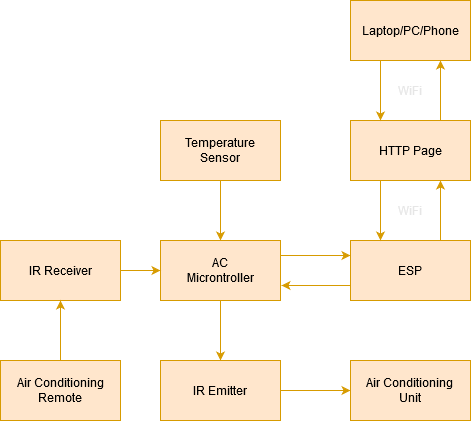
This is ;Photos/M3_InitDesign.png from SammySamer/IoT-Based-AC-Controller-Unit-System, a draw.io export, as it was before one commit. Source tidied: cells renumbered, new cells last; positions are measured from the earlier drawing's top-left corner, leaving out a move shared by most shapes. The source it was exported from:
```xml
<mxGraphModel>
  <root>
    <mxCell id="0" />
    <mxCell id="1" parent="0" />
    <mxCell id="2" style="edgeStyle=orthogonalEdgeStyle;rounded=0;jettySize=auto;html=1;entryX=0.5;entryY=0;entryDx=0;entryDy=0;fillColor=#ffe6cc;strokeColor=#d79b00;" parent="1" edge="1" source="3" target="6">
      <mxGeometry relative="1" as="geometry" />
    </mxCell>
    <mxCell id="3" value="&lt;div&gt;Temperature&lt;br&gt;&lt;/div&gt;&lt;div&gt;Sensor&lt;/div&gt;" style="rounded=0;whiteSpace=wrap;html=1;fillColor=#ffe6cc;strokeColor=#d79b00;" parent="1" vertex="1">
      <mxGeometry x="160" y="120" width="120" height="60" as="geometry" />
    </mxCell>
    <mxCell id="4" style="edgeStyle=none;rounded=0;jettySize=auto;html=1;exitX=0.5;exitY=1;exitDx=0;exitDy=0;entryX=0.5;entryY=0;entryDx=0;entryDy=0;strokeColor=#D79B00;" parent="1" edge="1" source="6" target="18">
      <mxGeometry relative="1" as="geometry" />
    </mxCell>
    <mxCell id="5" style="edgeStyle=none;rounded=0;jettySize=auto;html=1;exitX=1;exitY=0.25;exitDx=0;exitDy=0;entryX=0;entryY=0.25;entryDx=0;entryDy=0;strokeColor=#D79B00;" parent="1" edge="1" source="6" target="9">
      <mxGeometry relative="1" as="geometry" />
    </mxCell>
    <mxCell id="6" value="AC&lt;br&gt;Microntroller" style="rounded=0;whiteSpace=wrap;html=1;fillColor=#ffe6cc;strokeColor=#d79b00;" parent="1" vertex="1">
      <mxGeometry x="160" y="240" width="120" height="60" as="geometry" />
    </mxCell>
    <mxCell id="7" style="edgeStyle=orthogonalEdgeStyle;rounded=0;jettySize=auto;html=1;exitX=0.75;exitY=0;exitDx=0;exitDy=0;entryX=0.75;entryY=1;entryDx=0;entryDy=0;sourcePerimeterSpacing=2;targetPerimeterSpacing=2;fillColor=#ffe6cc;strokeColor=#d79b00;" parent="1" edge="1" source="9" target="12">
      <mxGeometry relative="1" as="geometry" />
    </mxCell>
    <mxCell id="8" style="edgeStyle=none;rounded=0;jettySize=auto;html=1;strokeColor=#D79B00;exitX=0;exitY=0.75;exitDx=0;exitDy=0;" parent="1" edge="1" source="9">
      <mxGeometry relative="1" as="geometry">
        <mxPoint x="281" y="285" as="targetPoint" />
      </mxGeometry>
    </mxCell>
    <mxCell id="9" value="ESP" style="rounded=0;whiteSpace=wrap;html=1;fillColor=#ffe6cc;strokeColor=#d79b00;" parent="1" vertex="1">
      <mxGeometry x="350" y="240" width="120" height="60" as="geometry" />
    </mxCell>
    <mxCell id="10" style="edgeStyle=orthogonalEdgeStyle;rounded=0;jettySize=auto;html=1;exitX=0.75;exitY=0;exitDx=0;exitDy=0;entryX=0.75;entryY=1;entryDx=0;entryDy=0;sourcePerimeterSpacing=2;targetPerimeterSpacing=2;fillColor=#ffe6cc;strokeColor=#d79b00;" parent="1" edge="1" source="12" target="14">
      <mxGeometry relative="1" as="geometry" />
    </mxCell>
    <mxCell id="11" style="edgeStyle=orthogonalEdgeStyle;rounded=0;jettySize=auto;html=1;exitX=0.25;exitY=1;exitDx=0;exitDy=0;entryX=0.25;entryY=0;entryDx=0;entryDy=0;sourcePerimeterSpacing=2;targetPerimeterSpacing=2;fillColor=#ffe6cc;strokeColor=#d79b00;" parent="1" edge="1" source="12" target="9">
      <mxGeometry relative="1" as="geometry" />
    </mxCell>
    <mxCell id="12" value="&lt;div&gt;HTTP Page&lt;/div&gt;" style="rounded=0;whiteSpace=wrap;html=1;fillColor=#ffe6cc;strokeColor=#d79b00;" parent="1" vertex="1">
      <mxGeometry x="350" y="120" width="120" height="60" as="geometry" />
    </mxCell>
    <mxCell id="13" style="edgeStyle=orthogonalEdgeStyle;rounded=0;jettySize=auto;html=1;exitX=0.25;exitY=1;exitDx=0;exitDy=0;entryX=0.25;entryY=0;entryDx=0;entryDy=0;sourcePerimeterSpacing=2;targetPerimeterSpacing=2;fillColor=#ffe6cc;strokeColor=#d79b00;" parent="1" edge="1" source="14" target="12">
      <mxGeometry relative="1" as="geometry" />
    </mxCell>
    <mxCell id="14" value="Laptop/PC/Phone" style="rounded=0;whiteSpace=wrap;html=1;fillColor=#ffe6cc;strokeColor=#d79b00;" parent="1" vertex="1">
      <mxGeometry x="350" width="120" height="60" as="geometry" />
    </mxCell>
    <mxCell id="15" value="&lt;font color=&quot;#e6e6e6&quot;&gt;WiFi&lt;/font&gt;" style="text;html=1;strokeColor=none;fillColor=none;align=center;verticalAlign=middle;whiteSpace=wrap;rounded=0;" parent="1" vertex="1">
      <mxGeometry x="390" y="200" width="40" height="20" as="geometry" />
    </mxCell>
    <mxCell id="16" value="&lt;font color=&quot;#e6e6e6&quot;&gt;WiFi&lt;/font&gt;" style="text;html=1;strokeColor=none;fillColor=none;align=center;verticalAlign=middle;whiteSpace=wrap;rounded=0;" parent="1" vertex="1">
      <mxGeometry x="390" y="80" width="40" height="20" as="geometry" />
    </mxCell>
    <mxCell id="17" style="edgeStyle=none;rounded=0;jettySize=auto;html=1;exitX=1;exitY=0.5;exitDx=0;exitDy=0;entryX=0;entryY=0.5;entryDx=0;entryDy=0;strokeColor=#D79B00;" parent="1" edge="1" source="18" target="21">
      <mxGeometry relative="1" as="geometry" />
    </mxCell>
    <mxCell id="18" value="IR Emitter" style="rounded=0;whiteSpace=wrap;html=1;fillColor=#ffe6cc;strokeColor=#d79b00;" parent="1" vertex="1">
      <mxGeometry x="160" y="360" width="120" height="60" as="geometry" />
    </mxCell>
    <mxCell id="19" style="edgeStyle=none;rounded=0;jettySize=auto;html=1;exitX=1;exitY=0.5;exitDx=0;exitDy=0;entryX=0;entryY=0.5;entryDx=0;entryDy=0;strokeColor=#D79B00;" parent="1" edge="1" source="20" target="6">
      <mxGeometry relative="1" as="geometry" />
    </mxCell>
    <mxCell id="20" value="IR Receiver" style="rounded=0;whiteSpace=wrap;html=1;fillColor=#ffe6cc;strokeColor=#d79b00;" parent="1" vertex="1">
      <mxGeometry y="240" width="120" height="60" as="geometry" />
    </mxCell>
    <mxCell id="21" value="&lt;div&gt;Air Conditioning &lt;br&gt;&lt;/div&gt;&lt;div&gt;Unit&lt;/div&gt;" style="rounded=0;whiteSpace=wrap;html=1;fillColor=#ffe6cc;strokeColor=#d79b00;" parent="1" vertex="1">
      <mxGeometry x="350" y="360" width="120" height="60" as="geometry" />
    </mxCell>
    <mxCell id="22" value="&lt;font color=&quot;#FFFFFF&quot;&gt;UART2&lt;/font&gt;" style="text;html=1;align=center;verticalAlign=middle;whiteSpace=wrap;rounded=0;" parent="1" vertex="1">
      <mxGeometry x="300" y="260" width="40" height="20" as="geometry" />
    </mxCell>
    <mxCell id="23" style="edgeStyle=none;rounded=0;jettySize=auto;html=1;exitX=0.5;exitY=0;exitDx=0;exitDy=0;entryX=0.5;entryY=1;entryDx=0;entryDy=0;strokeColor=#D79B00;" parent="1" edge="1" source="24" target="20">
      <mxGeometry relative="1" as="geometry" />
    </mxCell>
    <mxCell id="24" value="Air Conditioning Remote" style="rounded=0;whiteSpace=wrap;html=1;fillColor=#ffe6cc;strokeColor=#d79b00;" parent="1" vertex="1">
      <mxGeometry y="360" width="120" height="60" as="geometry" />
    </mxCell>
  </root>
</mxGraphModel>
```
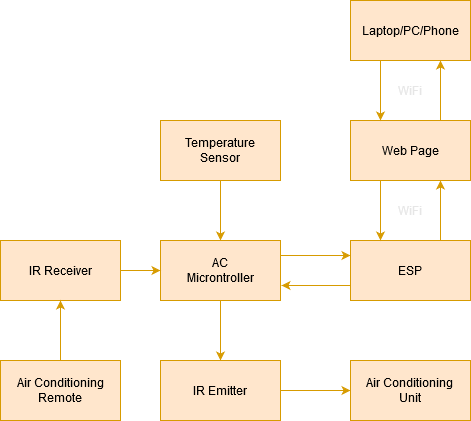
After the commit.

What changed in the source:
```diff
@@ -34,7 +34,7 @@
     <mxCell id="11" style="edgeStyle=orthogonalEdgeStyle;rounded=0;jettySize=auto;html=1;exitX=0.25;exitY=1;exitDx=0;exitDy=0;entryX=0.25;entryY=0;entryDx=0;entryDy=0;sourcePerimeterSpacing=2;targetPerimeterSpacing=2;fillColor=#ffe6cc;strokeColor=#d79b00;" parent="1" edge="1" source="12" target="9">
       <mxGeometry relative="1" as="geometry" />
     </mxCell>
-    <mxCell id="12" value="&lt;div&gt;HTTP Page&lt;/div&gt;" style="rounded=0;whiteSpace=wrap;html=1;fillColor=#ffe6cc;strokeColor=#d79b00;" parent="1" vertex="1">
+    <mxCell id="12" value="&lt;div&gt;Web Page&lt;/div&gt;" style="rounded=0;whiteSpace=wrap;html=1;fillColor=#ffe6cc;strokeColor=#d79b00;" parent="1" vertex="1">
       <mxGeometry x="350" y="120" width="120" height="60" as="geometry" />
     </mxCell>
     <mxCell id="13" style="edgeStyle=orthogonalEdgeStyle;rounded=0;jettySize=auto;html=1;exitX=0.25;exitY=1;exitDx=0;exitDy=0;entryX=0.25;entryY=0;entryDx=0;entryDy=0;sourcePerimeterSpacing=2;targetPerimeterSpacing=2;fillColor=#ffe6cc;strokeColor=#d79b00;" parent="1" edge="1" source="14" target="12">
```
